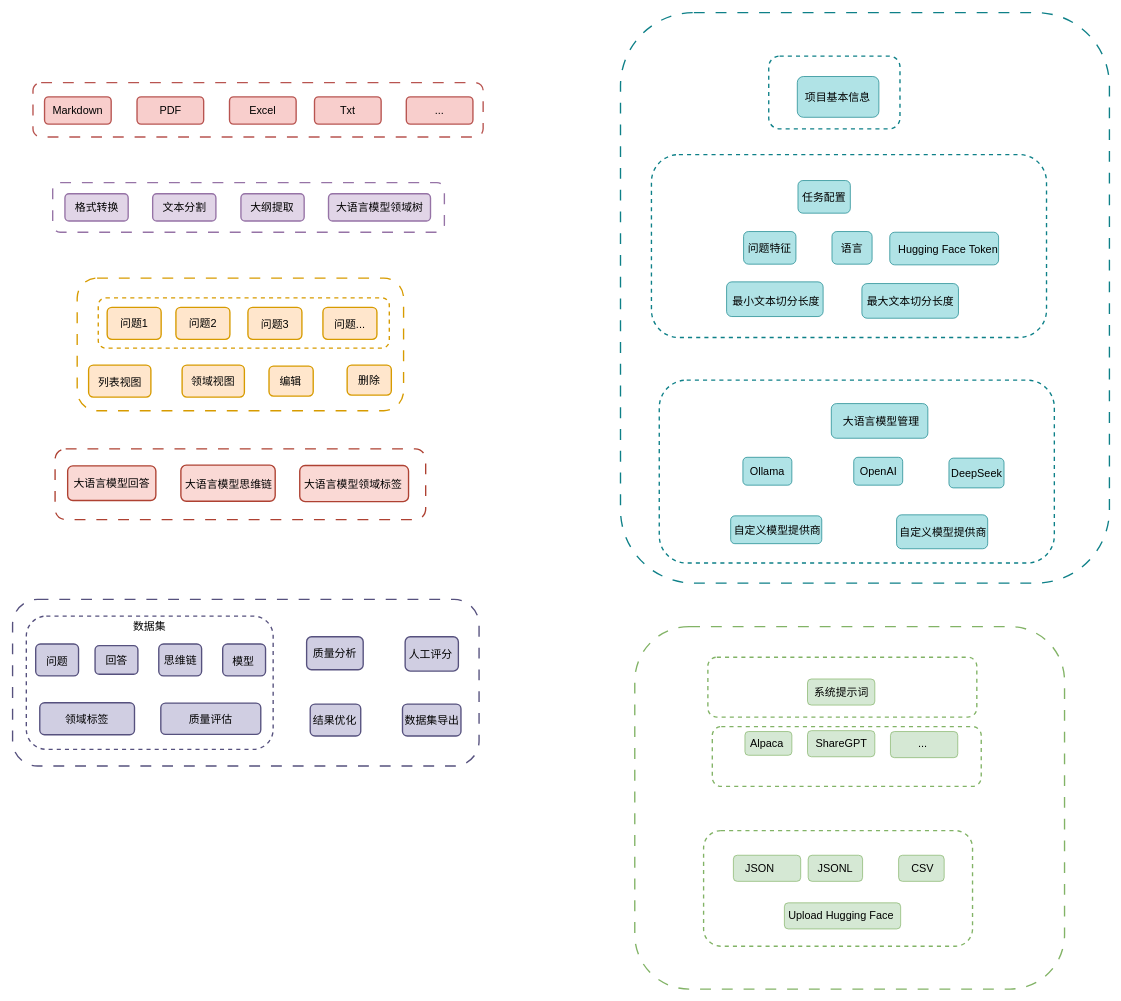
Before: diagrams/workflow_diagram_for_creating_fine_tuning_datasets_with_easy_dataset.drawio in real-jiakai/draw, a draw.io diagram. Source tidied: cells renumbered, new cells numbered last; positions are measured from the earlier drawing's top-left corner, leaving out a move shared by most shapes. Both pictures are drawn from the tidied source at 68%, with x=0, y=0 at pixel (12, 12).
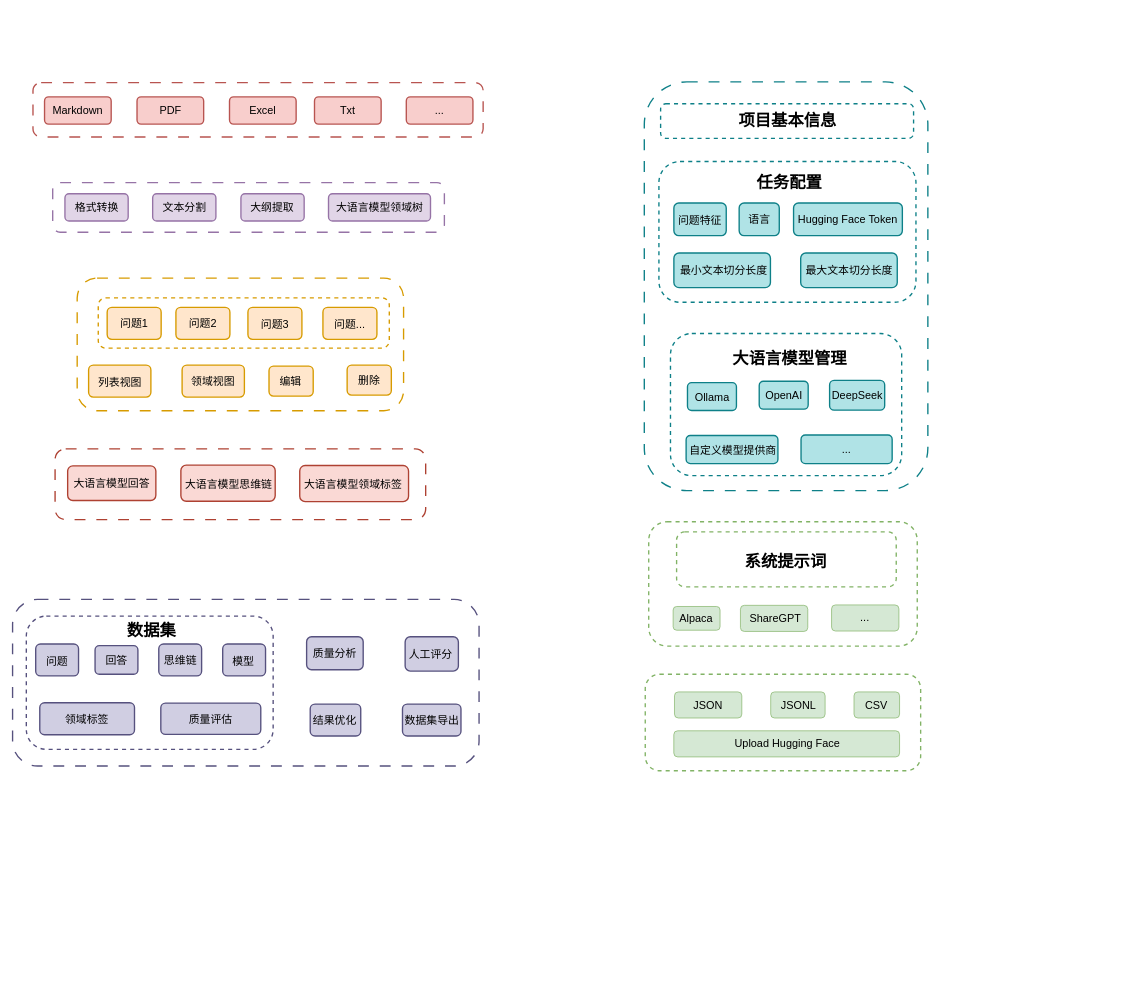
The same diagram, later.

What changed in the source:
```diff
@@
+    <mxCell id="9" style="rounded=1;whiteSpace=wrap;html=1;strokeColor=#0E8088;strokeWidth=2;dashed=1;dashPattern=8 8;" parent="1" vertex="1">
+      <mxGeometry x="929" y="102" width="417" height="601" as="geometry" />
+    </mxCell>
@@
-    <mxCell id="4" style="rounded=1;whiteSpace=wrap;html=1;strokeColor=#82B366;strokeWidth=2;dashed=1;dashPattern=8 8;" parent="1" vertex="1">
-      <mxGeometry x="915" y="903" width="632" height="533" as="geometry" />
-    </mxCell>
     <mxCell id="5" style="rounded=1;whiteSpace=wrap;html=1;strokeColor=#82B366;strokeWidth=2;dashed=1;" parent="1" vertex="1">
-      <mxGeometry x="1029" y="1050" width="395.5" height="88" as="geometry" />
+      <mxGeometry x="935.5" y="748.7" width="394.9" height="183" as="geometry" />
     </mxCell>
@@
     <mxCell id="7" style="rounded=1;whiteSpace=wrap;html=1;strokeColor=#82B366;strokeWidth=2;dashed=1;" parent="1" vertex="1">
-      <mxGeometry x="1016.2" y="1203" width="395.5" height="170" as="geometry" />
+      <mxGeometry x="930.4" y="973" width="405" height="142" as="geometry" />
     </mxCell>
     <mxCell id="8" style="rounded=1;whiteSpace=wrap;html=1;strokeColor=#82B366;strokeWidth=2;dashed=1;" parent="1" vertex="1">
-      <mxGeometry x="1022.5" y="948" width="395.5" height="88" as="geometry" />
+      <mxGeometry x="976.5" y="763.7" width="323" height="80.8" as="geometry" />
     </mxCell>
-    <mxCell id="9" style="rounded=1;whiteSpace=wrap;html=1;strokeColor=#0E8088;strokeWidth=2;dashed=1;dashPattern=8 8;" parent="1" vertex="1">
-      <mxGeometry x="894" width="719" height="839" as="geometry" />
-    </mxCell>
     <mxCell id="10" style="rounded=1;whiteSpace=wrap;html=1;strokeColor=#0E8088;strokeWidth=2;dashed=1;" parent="1" vertex="1">
-      <mxGeometry x="951" y="540.5" width="581" height="269" as="geometry" />
+      <mxGeometry x="967.5" y="472" width="340" height="209" as="geometry" />
     </mxCell>
     <mxCell id="11" style="rounded=1;whiteSpace=wrap;html=1;strokeColor=#0E8088;strokeWidth=2;dashed=1;" parent="1" vertex="1">
-      <mxGeometry x="939.5" y="208.8" width="581" height="269" as="geometry" />
+      <mxGeometry x="950.5" y="219" width="378" height="207" as="geometry" />
     </mxCell>
     <mxCell id="12" style="rounded=1;whiteSpace=wrap;html=1;strokeColor=#0E8088;strokeWidth=2;dashed=1;" parent="1" vertex="1">
-      <mxGeometry x="1112" y="64" width="193" height="107" as="geometry" />
+      <mxGeometry x="953" y="134" width="372" height="51" as="geometry" />
     </mxCell>
     <mxCell id="13" style="rounded=1;whiteSpace=wrap;html=1;fillColor=#d5e8d4;strokeColor=#82b366;" parent="1" vertex="1">
-      <mxGeometry x="1303" y="1239.2" width="67" height="38.4" as="geometry" />
+      <mxGeometry x="1237.4" y="999" width="67" height="38.4" as="geometry" />
     </mxCell>
     <mxCell id="14" style="rounded=1;whiteSpace=wrap;html=1;fillColor=#d5e8d4;strokeColor=#82b366;" parent="1" vertex="1">
-      <mxGeometry x="1170" y="1239.2" width="80" height="38.4" as="geometry" />
+      <mxGeometry x="1114.9" y="999" width="80" height="38.4" as="geometry" />
     </mxCell>
     <mxCell id="15" style="rounded=1;whiteSpace=wrap;html=1;fillColor=#d5e8d4;strokeColor=#82b366;" parent="1" vertex="1">
-      <mxGeometry x="1135" y="1309.2" width="171" height="38.4" as="geometry" />
+      <mxGeometry x="972.4" y="1056.2" width="332" height="38.4" as="geometry" />
     </mxCell>
     <mxCell id="16" style="rounded=1;whiteSpace=wrap;html=1;fillColor=#d5e8d4;strokeColor=#82b366;" parent="1" vertex="1">
-      <mxGeometry x="1060" y="1239.2" width="99" height="38.4" as="geometry" />
+      <mxGeometry x="973.4" y="999" width="99" height="38.4" as="geometry" />
     </mxCell>
     <mxCell id="17" style="rounded=1;whiteSpace=wrap;html=1;fillColor=#d5e8d4;strokeColor=#82b366;" parent="1" vertex="1">
-      <mxGeometry x="1291" y="1057.3" width="99" height="38.4" as="geometry" />
+      <mxGeometry x="1204.4" y="871.1" width="99" height="38.4" as="geometry" />
     </mxCell>
     <mxCell id="18" style="rounded=1;whiteSpace=wrap;html=1;fillColor=#d5e8d4;strokeColor=#82b366;" parent="1" vertex="1">
-      <mxGeometry x="1169" y="1056" width="99" height="38.4" as="geometry" />
+      <mxGeometry x="1070.4" y="871.7" width="99" height="38.4" as="geometry" />
     </mxCell>
     <mxCell id="19" style="rounded=1;whiteSpace=wrap;html=1;fillColor=#d5e8d4;strokeColor=#82b366;" parent="1" vertex="1">
-      <mxGeometry x="1077" y="1057.3" width="69" height="34.9" as="geometry" />
+      <mxGeometry x="971.4" y="873.4" width="69" height="34.9" as="geometry" />
     </mxCell>
-    <mxCell id="20" style="rounded=1;whiteSpace=wrap;html=1;fillColor=#d5e8d4;strokeColor=#82b366;" parent="1" vertex="1">
-      <mxGeometry x="1169" y="980" width="99" height="38.4" as="geometry" />
-    </mxCell>
-    <mxCell id="21" style="rounded=1;whiteSpace=wrap;html=1;fillColor=#b0e3e6;strokeColor=#0e8088;" parent="1" vertex="1">
-      <mxGeometry x="1300" y="738.6" width="134" height="49.9" as="geometry" />
+    <mxCell id="21" style="rounded=1;whiteSpace=wrap;html=1;fillColor=#b0e3e6;strokeColor=#0e8088;strokeWidth=2;" parent="1" vertex="1">
+      <mxGeometry x="1159.5" y="621.2" width="134" height="42" as="geometry" />
     </mxCell>
-    <mxCell id="22" style="rounded=1;whiteSpace=wrap;html=1;fillColor=#b0e3e6;strokeColor=#0e8088;" parent="1" vertex="1">
-      <mxGeometry x="1056" y="740.1" width="134" height="40.9" as="geometry" />
+    <mxCell id="22" style="rounded=1;whiteSpace=wrap;html=1;fillColor=#b0e3e6;strokeColor=#0e8088;strokeWidth=2;" parent="1" vertex="1">
+      <mxGeometry x="990.5" y="621.9" width="135" height="41.3" as="geometry" />
     </mxCell>
-    <mxCell id="23" style="rounded=1;whiteSpace=wrap;html=1;fillColor=#b0e3e6;strokeColor=#0e8088;" parent="1" vertex="1">
-      <mxGeometry x="1377" y="655.2" width="81" height="43.8" as="geometry" />
+    <mxCell id="23" style="rounded=1;whiteSpace=wrap;html=1;fillColor=#b0e3e6;strokeColor=#0e8088;strokeWidth=2;" parent="1" vertex="1">
+      <mxGeometry x="1201.5" y="540.9" width="81" height="43.8" as="geometry" />
     </mxCell>
-    <mxCell id="24" style="rounded=1;whiteSpace=wrap;html=1;fillColor=#b0e3e6;strokeColor=#0e8088;" parent="1" vertex="1">
-      <mxGeometry x="1237" y="654" width="72" height="41" as="geometry" />
+    <mxCell id="24" style="rounded=1;whiteSpace=wrap;html=1;fillColor=#b0e3e6;strokeColor=#0e8088;strokeWidth=2;" parent="1" vertex="1">
+      <mxGeometry x="1098" y="542.2" width="72" height="41" as="geometry" />
     </mxCell>
-    <mxCell id="25" style="rounded=1;whiteSpace=wrap;html=1;fillColor=#b0e3e6;strokeColor=#0e8088;" parent="1" vertex="1">
-      <mxGeometry x="1074" y="654" width="72" height="41" as="geometry" />
+    <mxCell id="25" style="rounded=1;whiteSpace=wrap;html=1;fillColor=#b0e3e6;strokeColor=#0e8088;strokeWidth=2;" parent="1" vertex="1">
+      <mxGeometry x="992.5" y="544.2" width="72" height="41" as="geometry" />
     </mxCell>
-    <mxCell id="26" style="rounded=1;whiteSpace=wrap;html=1;fillColor=#b0e3e6;strokeColor=#0e8088;" parent="1" vertex="1">
-      <mxGeometry x="1204" y="575" width="142" height="51" as="geometry" />
-    </mxCell>
-    <mxCell id="27" style="rounded=1;whiteSpace=wrap;html=1;fillColor=#b0e3e6;strokeColor=#0e8088;" parent="1" vertex="1">
-      <mxGeometry x="1249" y="398.5" width="142" height="51" as="geometry" />
+    <mxCell id="27" style="rounded=1;whiteSpace=wrap;html=1;fillColor=#b0e3e6;strokeColor=#0e8088;strokeWidth=2;" parent="1" vertex="1">
+      <mxGeometry x="1159" y="353.5" width="142" height="51" as="geometry" />
     </mxCell>
-    <mxCell id="28" style="rounded=1;whiteSpace=wrap;html=1;fillColor=#b0e3e6;strokeColor=#0e8088;" parent="1" vertex="1">
-      <mxGeometry x="1050" y="396" width="142" height="51" as="geometry" />
+    <mxCell id="28" style="rounded=1;whiteSpace=wrap;html=1;fillColor=#b0e3e6;strokeColor=#0e8088;strokeWidth=2;" parent="1" vertex="1">
+      <mxGeometry x="972.5" y="353.5" width="142" height="51" as="geometry" />
     </mxCell>
-    <mxCell id="29" style="rounded=1;whiteSpace=wrap;html=1;fillColor=#b0e3e6;strokeColor=#0e8088;" parent="1" vertex="1">
-      <mxGeometry x="1290" y="323" width="160" height="48" as="geometry" />
+    <mxCell id="29" style="rounded=1;whiteSpace=wrap;html=1;fillColor=#b0e3e6;strokeColor=#0e8088;strokeWidth=2;" parent="1" vertex="1">
+      <mxGeometry x="1148.5" y="280" width="160" height="48" as="geometry" />
     </mxCell>
-    <mxCell id="30" style="rounded=1;whiteSpace=wrap;html=1;fillColor=#b0e3e6;strokeColor=#0e8088;" parent="1" vertex="1">
-      <mxGeometry x="1205" y="322" width="59" height="48" as="geometry" />
+    <mxCell id="30" style="rounded=1;whiteSpace=wrap;html=1;fillColor=#b0e3e6;strokeColor=#0e8088;strokeWidth=2;" parent="1" vertex="1">
+      <mxGeometry x="1068.5" y="280" width="59" height="48" as="geometry" />
     </mxCell>
-    <mxCell id="31" style="rounded=1;whiteSpace=wrap;html=1;fillColor=#b0e3e6;strokeColor=#0e8088;" parent="1" vertex="1">
-      <mxGeometry x="1075" y="322" width="77" height="48" as="geometry" />
+    <mxCell id="31" style="rounded=1;whiteSpace=wrap;html=1;fillColor=#b0e3e6;strokeColor=#0e8088;strokeWidth=2;" parent="1" vertex="1">
+      <mxGeometry x="972.5" y="280" width="77" height="48" as="geometry" />
     </mxCell>
-    <mxCell id="32" style="rounded=1;whiteSpace=wrap;html=1;fillColor=#b0e3e6;strokeColor=#0e8088;" parent="1" vertex="1">
-      <mxGeometry x="1155" y="247" width="77" height="48" as="geometry" />
-    </mxCell>
-    <mxCell id="33" style="rounded=1;whiteSpace=wrap;html=1;fillColor=#b0e3e6;strokeColor=#0e8088;" parent="1" vertex="1">
-      <mxGeometry x="1154" y="94" width="120" height="60" as="geometry" />
-    </mxCell>
@@
-    <mxCell id="88" value="&lt;span style=&quot;font-size: 16px;&quot;&gt;数据集&lt;/span&gt;" style="text;html=1;align=center;verticalAlign=middle;whiteSpace=wrap;rounded=0;" parent="1" vertex="1">
-      <mxGeometry x="139" y="887.9" width="125.4" height="30" as="geometry" />
+    <mxCell id="88" value="&lt;font style=&quot;font-size: 24px;&quot;&gt;&lt;b&gt;数据集&lt;/b&gt;&lt;/font&gt;" style="text;html=1;align=center;verticalAlign=middle;whiteSpace=wrap;rounded=0;" parent="1" vertex="1">
+      <mxGeometry x="142" y="894" width="125.4" height="30" as="geometry" />
     </mxCell>
@@
-    <mxCell id="99" value="&lt;span style=&quot;font-size: 16px;&quot;&gt;项目基本信息&lt;/span&gt;" style="text;html=1;align=center;verticalAlign=middle;whiteSpace=wrap;rounded=0;" parent="1" vertex="1">
-      <mxGeometry x="1157" y="109" width="113" height="30" as="geometry" />
+    <mxCell id="99" value="&lt;font style=&quot;font-size: 24px;&quot;&gt;&lt;b style=&quot;&quot;&gt;项目基本信息&lt;/b&gt;&lt;/font&gt;" style="text;html=1;align=center;verticalAlign=middle;whiteSpace=wrap;rounded=0;" parent="1" vertex="1">
+      <mxGeometry x="1047.5" y="144.5" width="184" height="30" as="geometry" />
     </mxCell>
-    <mxCell id="100" value="&lt;span style=&quot;font-size: 16px;&quot;&gt;任务配置&lt;/span&gt;" style="text;html=1;align=center;verticalAlign=middle;whiteSpace=wrap;rounded=0;" parent="1" vertex="1">
-      <mxGeometry x="1158" y="256" width="71" height="30" as="geometry" />
+    <mxCell id="100" value="&lt;font style=&quot;font-size: 24px;&quot;&gt;&lt;b&gt;任务配置&lt;/b&gt;&lt;/font&gt;" style="text;html=1;align=center;verticalAlign=middle;whiteSpace=wrap;rounded=0;" parent="1" vertex="1">
+      <mxGeometry x="1070.5" y="236" width="143" height="30" as="geometry" />
     </mxCell>
     <mxCell id="101" value="&lt;span style=&quot;font-size: 16px;&quot;&gt;问题特征&lt;/span&gt;" style="text;html=1;align=center;verticalAlign=middle;whiteSpace=wrap;rounded=0;" parent="1" vertex="1">
-      <mxGeometry x="1057" y="331" width="113" height="30" as="geometry" />
+      <mxGeometry x="977" y="290" width="68" height="30" as="geometry" />
     </mxCell>
     <mxCell id="102" value="&lt;span style=&quot;font-size: 16px;&quot;&gt;语言&lt;/span&gt;" style="text;html=1;align=center;verticalAlign=middle;whiteSpace=wrap;rounded=0;" parent="1" vertex="1">
-      <mxGeometry x="1217" y="331" width="35" height="30" as="geometry" />
+      <mxGeometry x="1080.5" y="289" width="35" height="30" as="geometry" />
     </mxCell>
     <mxCell id="103" value="&lt;span style=&quot;font-size: 16px;&quot;&gt;Hugging Face Token&lt;/span&gt;" style="text;html=1;align=center;verticalAlign=middle;whiteSpace=wrap;rounded=0;" parent="1" vertex="1">
-      <mxGeometry x="1298" y="333" width="156" height="30" as="geometry" />
+      <mxGeometry x="1154" y="289" width="149" height="30" as="geometry" />
     </mxCell>
     <mxCell id="104" value="&lt;span style=&quot;font-size: 16px;&quot;&gt;最小文本切分长度&lt;/span&gt;" style="text;html=1;align=center;verticalAlign=middle;whiteSpace=wrap;rounded=0;" parent="1" vertex="1">
-      <mxGeometry x="1050" y="409" width="146" height="30" as="geometry" />
+      <mxGeometry x="978.5" y="364" width="134" height="30" as="geometry" />
     </mxCell>
     <mxCell id="105" value="&lt;span style=&quot;font-size: 16px;&quot;&gt;最大文本切分长度&lt;/span&gt;" style="text;html=1;align=center;verticalAlign=middle;whiteSpace=wrap;rounded=0;" parent="1" vertex="1">
-      <mxGeometry x="1251" y="409" width="139" height="30" as="geometry" />
+      <mxGeometry x="1161" y="364" width="139" height="30" as="geometry" />
     </mxCell>
-    <mxCell id="106" value="&lt;span style=&quot;font-size: 16px;&quot;&gt;大语言模型管理&lt;/span&gt;" style="text;html=1;align=center;verticalAlign=middle;whiteSpace=wrap;rounded=0;" parent="1" vertex="1">
-      <mxGeometry x="1219" y="585.5" width="117" height="30" as="geometry" />
+    <mxCell id="106" value="&lt;font style=&quot;font-size: 24px;&quot;&gt;&lt;b&gt;大语言模型管理&lt;/b&gt;&lt;/font&gt;" style="text;html=1;align=center;verticalAlign=middle;whiteSpace=wrap;rounded=0;" parent="1" vertex="1">
+      <mxGeometry x="1054.5" y="495" width="176" height="30" as="geometry" />
     </mxCell>
     <mxCell id="107" value="&lt;span style=&quot;font-size: 16px;&quot;&gt;Ollama&lt;/span&gt;" style="text;html=1;align=center;verticalAlign=middle;whiteSpace=wrap;rounded=0;" parent="1" vertex="1">
-      <mxGeometry x="1081" y="660" width="58" height="30" as="geometry" />
+      <mxGeometry x="999.5" y="550.2" width="58" height="30" as="geometry" />
     </mxCell>
     <mxCell id="108" value="&lt;span style=&quot;font-size: 16px;&quot;&gt;OpenAI&lt;/span&gt;" style="text;html=1;align=center;verticalAlign=middle;whiteSpace=wrap;rounded=0;" parent="1" vertex="1">
-      <mxGeometry x="1247.5" y="660" width="51" height="30" as="geometry" />
+      <mxGeometry x="1108.5" y="548.2" width="51" height="30" as="geometry" />
     </mxCell>
     <mxCell id="109" value="&lt;span style=&quot;font-size: 16px;&quot;&gt;DeepSeek&lt;/span&gt;" style="text;html=1;align=center;verticalAlign=middle;whiteSpace=wrap;rounded=0;" parent="1" vertex="1">
-      <mxGeometry x="1378.5" y="662.1" width="78" height="30" as="geometry" />
+      <mxGeometry x="1205.8" y="547.7" width="72.5" height="30" as="geometry" />
     </mxCell>
     <mxCell id="110" value="&lt;span style=&quot;font-size: 16px;&quot;&gt;自定义模型提供商&lt;/span&gt;" style="text;html=1;align=center;verticalAlign=middle;whiteSpace=wrap;rounded=0;" parent="1" vertex="1">
-      <mxGeometry x="1056" y="745.6" width="138" height="30" as="geometry" />
+      <mxGeometry x="992.5" y="628.1" width="133" height="28.9" as="geometry" />
     </mxCell>
-    <mxCell id="111" value="&lt;span style=&quot;font-size: 16px;&quot;&gt;自定义模型提供商&lt;/span&gt;" style="text;html=1;align=center;verticalAlign=middle;whiteSpace=wrap;rounded=0;" parent="1" vertex="1">
-      <mxGeometry x="1298.5" y="748.6" width="139" height="30" as="geometry" />
+    <mxCell id="111" value="&lt;span style=&quot;font-size: 16px;&quot;&gt;...&lt;/span&gt;" style="text;html=1;align=center;verticalAlign=middle;whiteSpace=wrap;rounded=0;" parent="1" vertex="1">
+      <mxGeometry x="1162" y="627.2" width="129" height="30" as="geometry" />
     </mxCell>
-    <mxCell id="112" value="&lt;span style=&quot;font-size: 16px;&quot;&gt;系统提示词&lt;/span&gt;" style="text;html=1;align=center;verticalAlign=middle;whiteSpace=wrap;rounded=0;" parent="1" vertex="1">
-      <mxGeometry x="1172" y="985.4" width="94" height="30" as="geometry" />
+    <mxCell id="112" value="&lt;font style=&quot;font-size: 24px;&quot;&gt;&lt;b style=&quot;&quot;&gt;系统提示词&lt;/b&gt;&lt;/font&gt;" style="text;html=1;align=center;verticalAlign=middle;whiteSpace=wrap;rounded=0;" parent="1" vertex="1">
+      <mxGeometry x="1053.5" y="792.7" width="166" height="30" as="geometry" />
     </mxCell>
     <mxCell id="113" value="&lt;span style=&quot;font-size: 16px;&quot;&gt;Alpaca&lt;/span&gt;" style="text;html=1;align=center;verticalAlign=middle;whiteSpace=wrap;rounded=0;" parent="1" vertex="1">
-      <mxGeometry x="1084" y="1060.2" width="51" height="30" as="geometry" />
+      <mxGeometry x="980.4" y="876.4" width="51" height="30" as="geometry" />
     </mxCell>
     <mxCell id="114" value="&lt;span style=&quot;font-size: 16px;&quot;&gt;ShareGPT&lt;/span&gt;" style="text;html=1;align=center;verticalAlign=middle;whiteSpace=wrap;rounded=0;" parent="1" vertex="1">
-      <mxGeometry x="1177.5" y="1060.2" width="82" height="30" as="geometry" />
+      <mxGeometry x="1080.9" y="875.9" width="82" height="30" as="geometry" />
     </mxCell>
     <mxCell id="115" value="&lt;span style=&quot;font-size: 16px;&quot;&gt;...&lt;/span&gt;" style="text;html=1;align=center;verticalAlign=middle;whiteSpace=wrap;rounded=0;" parent="1" vertex="1">
-      <mxGeometry x="1313" y="1059.8" width="51" height="30" as="geometry" />
+      <mxGeometry x="1228.4" y="874.1" width="51" height="30" as="geometry" />
     </mxCell>
     <mxCell id="116" value="&lt;span style=&quot;font-size: 16px;&quot;&gt;JSON&lt;/span&gt;" style="text;html=1;align=center;verticalAlign=middle;whiteSpace=wrap;rounded=0;" parent="1" vertex="1">
-      <mxGeometry x="1026" y="1243.4" width="146" height="30" as="geometry" />
+      <mxGeometry x="997.9" y="1003.2" width="50" height="30" as="geometry" />
     </mxCell>
     <mxCell id="117" value="&lt;span style=&quot;font-size: 16px;&quot;&gt;JSONL&lt;/span&gt;" style="text;html=1;align=center;verticalAlign=middle;whiteSpace=wrap;rounded=0;" parent="1" vertex="1">
-      <mxGeometry x="1178" y="1243.4" width="64" height="30" as="geometry" />
+      <mxGeometry x="1124.4" y="1003.2" width="64" height="30" as="geometry" />
     </mxCell>
     <mxCell id="118" value="&lt;span style=&quot;font-size: 16px;&quot;&gt;CSV&lt;/span&gt;" style="text;html=1;align=center;verticalAlign=middle;whiteSpace=wrap;rounded=0;" parent="1" vertex="1">
-      <mxGeometry x="1318" y="1243.4" width="41" height="30" as="geometry" />
+      <mxGeometry x="1250.4" y="1003.2" width="41" height="30" as="geometry" />
     </mxCell>
     <mxCell id="119" value="&lt;span style=&quot;font-size: 16px;&quot;&gt;Upload Hugging Face&lt;/span&gt;" style="text;html=1;align=center;verticalAlign=middle;whiteSpace=wrap;rounded=0;" parent="1" vertex="1">
-      <mxGeometry x="1127" y="1313.4" width="183" height="30" as="geometry" />
+      <mxGeometry x="1048.4" y="1060.4" width="183" height="30" as="geometry" />
     </mxCell>
```
